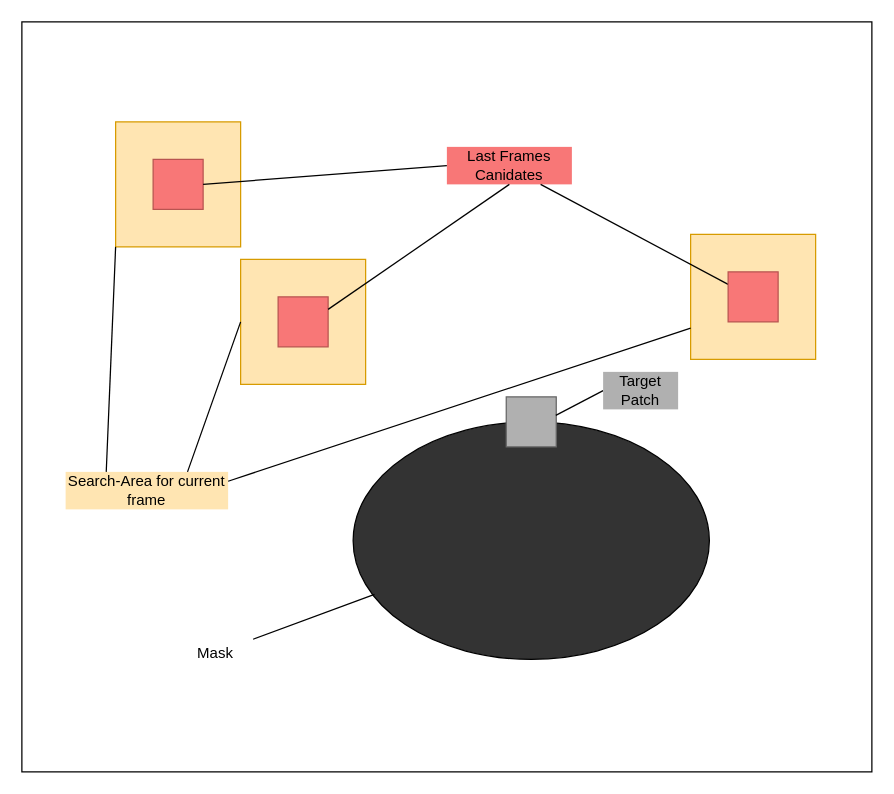
The draw.io diagram Thesis/documents/HgbThesisEN/images/NLTMImprovement.drawio in Shebbyy/InpaintAR, before the edit. Source tidied: cells renumbered, new cells numbered last; positions are measured from the earlier drawing's top-left corner, leaving out a move shared by most shapes. Both pictures are drawn from the tidied source at 125%, with x=0, y=0 at pixel (21, 21).
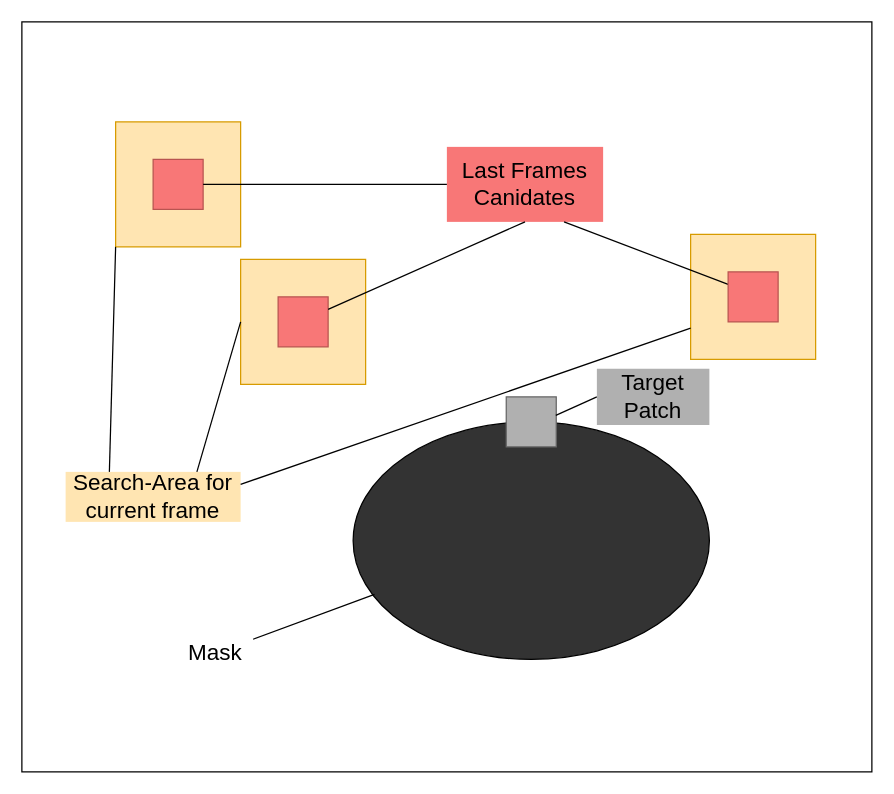
After the change.

Diff of the diagram source:
```diff
@@
-    <mxCell id="2" style="rounded=0;whiteSpace=wrap;html=1;" parent="1" vertex="1">
+    <mxCell id="2" style="rounded=0;whiteSpace=wrap;html=1;fillColor=#FFFFFF;" parent="1" vertex="1">
       <mxGeometry width="680" height="600" as="geometry" />
     </mxCell>
@@
-    <mxCell id="6" value="Mask" style="text;html=1;whiteSpace=wrap;strokeColor=none;fillColor=none;align=center;verticalAlign=middle;rounded=0;" parent="1" vertex="1">
+    <mxCell id="6" value="&lt;font style=&quot;font-size: 18px;&quot;&gt;Mask&lt;/font&gt;" style="text;html=1;whiteSpace=wrap;strokeColor=none;fillColor=none;align=center;verticalAlign=middle;rounded=0;" parent="1" vertex="1">
       <mxGeometry x="125" y="490" width="60" height="30" as="geometry" />
     </mxCell>
@@
-    <mxCell id="8" value="Target Patch" style="text;html=1;whiteSpace=wrap;strokeColor=none;fillColor=#B0B0B0;align=center;verticalAlign=middle;rounded=0;" parent="1" vertex="1">
-      <mxGeometry x="465" y="280" width="60" height="30" as="geometry" />
+    <mxCell id="8" value="&lt;font style=&quot;font-size: 18px;&quot;&gt;Target Patch&lt;/font&gt;" style="text;html=1;whiteSpace=wrap;strokeColor=none;fillColor=#B0B0B0;align=center;verticalAlign=middle;rounded=0;" parent="1" vertex="1">
+      <mxGeometry x="460" y="277.5" width="90" height="45" as="geometry" />
     </mxCell>
-    <mxCell id="9" value="Last Frames Canidates" style="text;html=1;whiteSpace=wrap;strokeColor=none;fillColor=#F87777;align=center;verticalAlign=middle;rounded=0;" parent="1" vertex="1">
-      <mxGeometry x="340" y="100" width="100" height="30" as="geometry" />
+    <mxCell id="9" value="&lt;font style=&quot;font-size: 18px;&quot;&gt;Last Frames Canidates&lt;/font&gt;" style="text;html=1;whiteSpace=wrap;strokeColor=none;fillColor=#F87777;align=center;verticalAlign=middle;rounded=0;" parent="1" vertex="1">
+      <mxGeometry x="340" y="100" width="125" height="60" as="geometry" />
     </mxCell>
@@
-    <mxCell id="19" value="Search-Area for current frame" style="text;html=1;whiteSpace=wrap;strokeColor=none;fillColor=#FFE5B2;align=center;verticalAlign=middle;rounded=0;" parent="1" vertex="1">
-      <mxGeometry x="35" y="360" width="130" height="30" as="geometry" />
+    <mxCell id="19" value="&lt;font style=&quot;font-size: 18px;&quot;&gt;Search-Area for current frame&lt;/font&gt;" style="text;html=1;whiteSpace=wrap;strokeColor=none;fillColor=#FFE5B2;align=center;verticalAlign=middle;rounded=0;" parent="1" vertex="1">
+      <mxGeometry x="35" y="360" width="140" height="40" as="geometry" />
     </mxCell>
```
